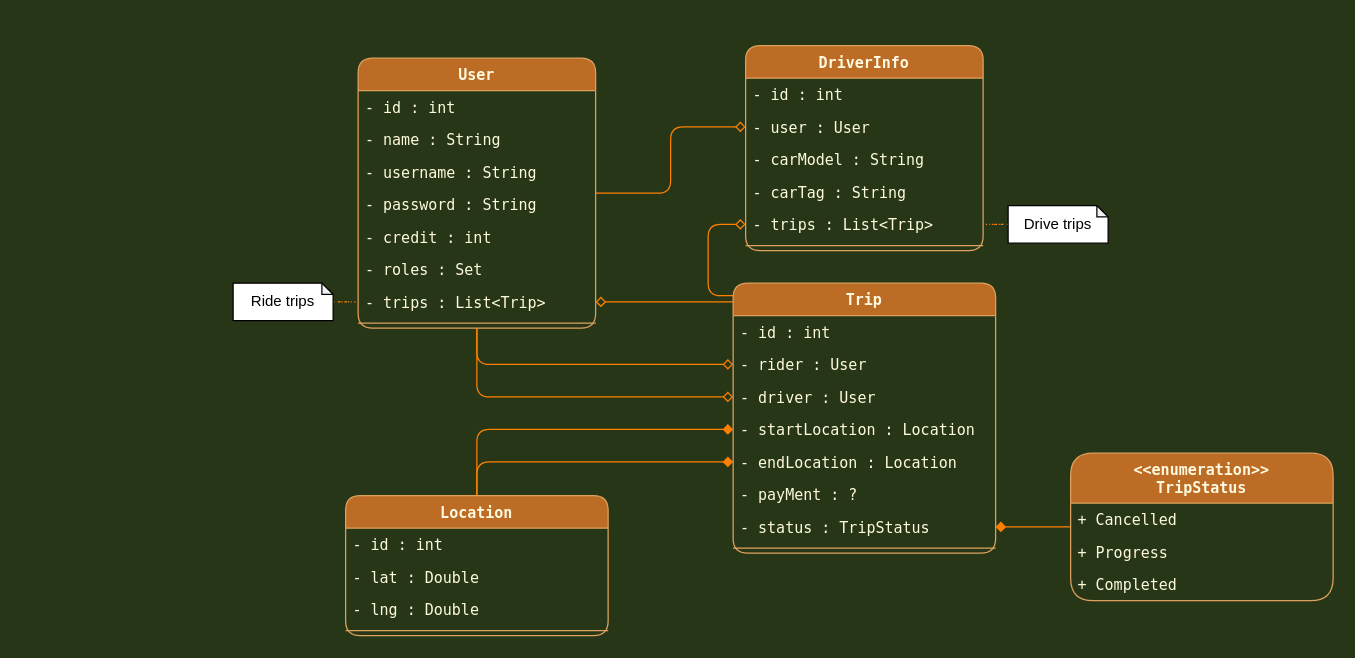
Earlier version of the draw.io diagram UML.drawio (mahdilotfi167/live-trip). Source tidied: cells renumbered, new cells numbered last; positions are measured from the earlier drawing's top-left corner, leaving out a move shared by most shapes. Both pictures are drawn from the tidied source at 125%, with x=0, y=0 at pixel (232, 45).
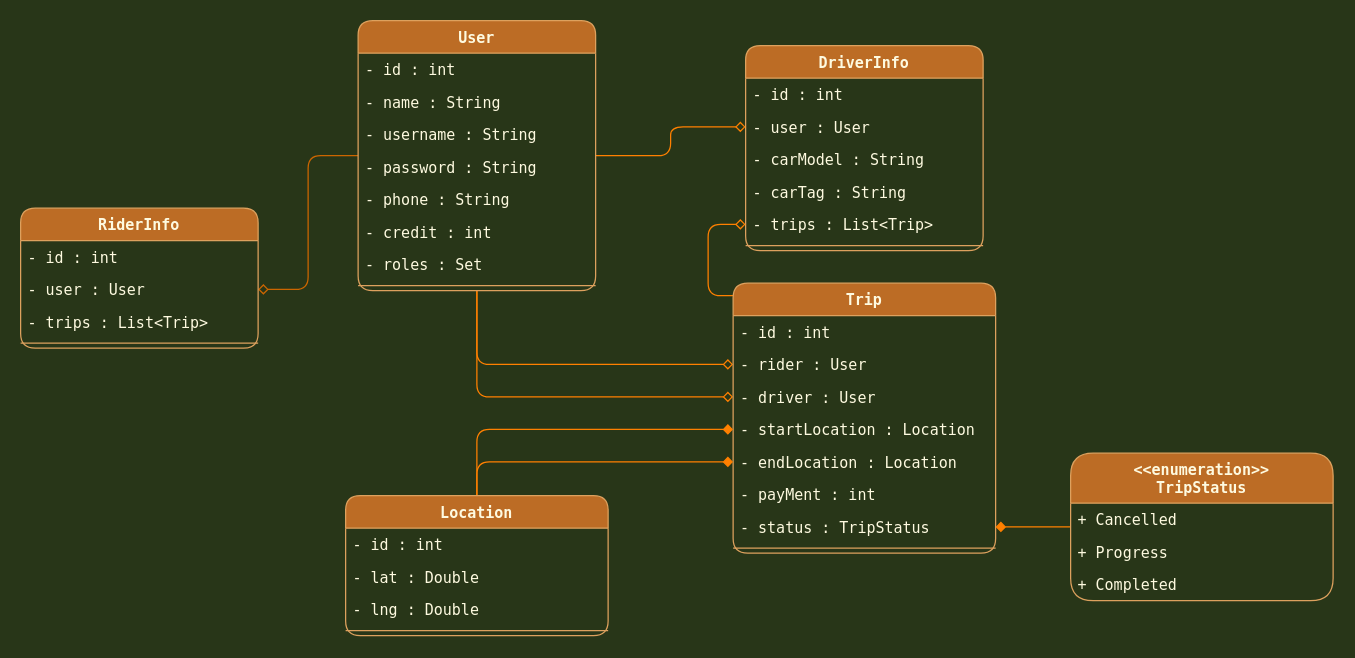
After the change.

The change refers to these unchanged cells:
```xml
<mxCell id="7" value="- trips : List&lt;Trip&gt;" style="text;strokeColor=none;fillColor=none;align=left;verticalAlign=top;spacingLeft=4;spacingRight=4;overflow=hidden;points=[[0,0.5],[1,0.5]];portConstraint=eastwest;fontColor=#FEFAE0;fontFamily=Lucida Console;rounded=1;" parent="2" vertex="1">
  <mxGeometry y="130" width="190" height="26" as="geometry" />
</mxCell>
<mxCell id="23" value="Trip" style="swimlane;fontStyle=1;align=center;verticalAlign=top;horizontal=1;startSize=26;fillColor=#BC6C25;strokeColor=#DDA15E;fontColor=#FEFAE0;fontFamily=Lucida Console;rounded=1;" parent="1" vertex="1">
  <mxGeometry x="400" y="190" width="210" height="216" as="geometry" />
</mxCell>
```

Change to the diagram source:
```diff
@@
+    <mxCell id="48" style="edgeStyle=orthogonalEdgeStyle;rounded=1;jettySize=auto;html=1;entryX=1;entryY=0.5;entryDx=0;entryDy=0;endArrow=diamond;endFill=0;strokeColor=#CC6600;" parent="1" edge="1" source="12" target="52">
+      <mxGeometry relative="1" as="geometry" />
+    </mxCell>
     <mxCell id="12" value="User" style="swimlane;fontStyle=1;align=center;verticalAlign=top;horizontal=1;startSize=26;fillColor=#BC6C25;strokeColor=#DDA15E;fontColor=#FEFAE0;fontFamily=Lucida Console;rounded=1;" parent="1" vertex="1">
-      <mxGeometry x="100" y="10" width="190" height="216" as="geometry" />
+      <mxGeometry x="100" y="-20" width="190" height="216" as="geometry" />
     </mxCell>
@@
+    <mxCell id="49" value="- phone : String" style="text;strokeColor=none;fillColor=none;align=left;verticalAlign=top;spacingLeft=4;spacingRight=4;overflow=hidden;fontColor=#FEFAE0;fontFamily=Lucida Console;rounded=1;" parent="12" vertex="1">
+      <mxGeometry y="130" width="190" height="26" as="geometry" />
+    </mxCell>
     <mxCell id="17" value="- credit : int" style="text;strokeColor=none;fillColor=none;align=left;verticalAlign=top;spacingLeft=4;spacingRight=4;overflow=hidden;fontColor=#FEFAE0;fontFamily=Lucida Console;rounded=1;" parent="12" vertex="1">
-      <mxGeometry y="130" width="190" height="26" as="geometry" />
+      <mxGeometry y="156" width="190" height="26" as="geometry" />
     </mxCell>
     <mxCell id="18" value="- roles : Set" style="text;strokeColor=none;fillColor=none;align=left;verticalAlign=top;spacingLeft=4;spacingRight=4;overflow=hidden;fontColor=#FEFAE0;fontFamily=Lucida Console;rounded=1;" parent="12" vertex="1">
-      <mxGeometry y="156" width="190" height="26" as="geometry" />
+      <mxGeometry y="182" width="190" height="26" as="geometry" />
     </mxCell>
-    <mxCell id="19" value="- trips : List&lt;Trip&gt;" style="text;strokeColor=none;fillColor=none;align=left;verticalAlign=top;spacingLeft=4;spacingRight=4;overflow=hidden;points=[[0,0.5],[1,0.5]];portConstraint=eastwest;fontColor=#FEFAE0;fontFamily=Lucida Console;rounded=1;" parent="12" vertex="1">
-      <mxGeometry y="182" width="190" height="26" as="geometry" />
-    </mxCell>
@@
-    <mxCell id="22" style="edgeStyle=orthogonalEdgeStyle;rounded=1;sketch=0;jettySize=auto;html=1;entryX=1;entryY=0.5;entryDx=0;entryDy=0;shadow=0;endArrow=diamond;endFill=0;strokeColor=#FF8000;" parent="1" edge="1" source="23" target="19">
-      <mxGeometry relative="1" as="geometry">
-        <Array as="points">
-          <mxPoint x="370" y="205" />
-          <mxPoint x="370" y="205" />
-        </Array>
-      </mxGeometry>
-    </mxCell>
@@
-    <mxCell id="29" value="- payMent : ?" style="text;strokeColor=none;fillColor=none;align=left;verticalAlign=top;spacingLeft=4;spacingRight=4;overflow=hidden;fontColor=#FEFAE0;fontFamily=Lucida Console;rounded=1;" parent="23" vertex="1">
+    <mxCell id="29" value="- payMent : int" style="text;strokeColor=none;fillColor=none;align=left;verticalAlign=top;spacingLeft=4;spacingRight=4;overflow=hidden;fontColor=#FEFAE0;fontFamily=Lucida Console;rounded=1;" parent="23" vertex="1">
       <mxGeometry y="156" width="210" height="26" as="geometry" />
     </mxCell>
@@
-    <mxCell id="44" style="edgeStyle=orthogonalEdgeStyle;rounded=1;sketch=0;jettySize=auto;html=1;entryX=0;entryY=0.5;entryDx=0;entryDy=0;shadow=0;endArrow=none;endFill=0;strokeColor=#FF8000;dashed=1;dashPattern=1 4;" parent="1" edge="1" source="45" target="19">
-      <mxGeometry relative="1" as="geometry" />
-    </mxCell>
-    <mxCell id="45" value="Ride trips" style="shape=note;whiteSpace=wrap;html=1;backgroundOutline=1;darkOpacity=0.05;rounded=1;size=9;" parent="1" vertex="1">
-      <mxGeometry y="190" width="80" height="30" as="geometry" />
-    </mxCell>
-    <mxCell id="46" style="edgeStyle=orthogonalEdgeStyle;rounded=1;sketch=0;jettySize=auto;html=1;entryX=1;entryY=0.5;entryDx=0;entryDy=0;shadow=0;dashed=1;dashPattern=1 4;endArrow=none;endFill=0;strokeColor=#FF8000;" parent="1" edge="1" source="47" target="7">
-      <mxGeometry relative="1" as="geometry" />
-    </mxCell>
-    <mxCell id="47" value="Drive trips" style="shape=note;whiteSpace=wrap;html=1;backgroundOutline=1;darkOpacity=0.05;rounded=1;size=9;" parent="1" vertex="1">
-      <mxGeometry x="620" y="128" width="80" height="30" as="geometry" />
-    </mxCell>
+    <mxCell id="50" value="RiderInfo" style="swimlane;fontStyle=1;align=center;verticalAlign=top;horizontal=1;startSize=26;fillColor=#BC6C25;strokeColor=#DDA15E;fontColor=#FEFAE0;fontFamily=Lucida Console;rounded=1;" parent="1" vertex="1">
+      <mxGeometry x="-170" y="130" width="190" height="112" as="geometry" />
+    </mxCell>
+    <mxCell id="51" value="- id : int" style="text;strokeColor=none;fillColor=none;align=left;verticalAlign=top;spacingLeft=4;spacingRight=4;overflow=hidden;fontColor=#FEFAE0;fontFamily=Lucida Console;rounded=1;" parent="50" vertex="1">
+      <mxGeometry y="26" width="190" height="26" as="geometry" />
+    </mxCell>
+    <mxCell id="52" value="- user : User" style="text;strokeColor=none;fillColor=none;align=left;verticalAlign=top;spacingLeft=4;spacingRight=4;overflow=hidden;points=[[0,0.5],[1,0.5]];portConstraint=eastwest;fontColor=#FEFAE0;fontFamily=Lucida Console;rounded=1;" parent="50" vertex="1">
+      <mxGeometry y="52" width="190" height="26" as="geometry" />
+    </mxCell>
+    <mxCell id="19" value="- trips : List&lt;Trip&gt;" style="text;strokeColor=none;fillColor=none;align=left;verticalAlign=top;spacingLeft=4;spacingRight=4;overflow=hidden;points=[[0,0.5],[1,0.5]];portConstraint=eastwest;fontColor=#FEFAE0;fontFamily=Lucida Console;rounded=1;" parent="50" vertex="1">
+      <mxGeometry y="78" width="190" height="26" as="geometry" />
+    </mxCell>
+    <mxCell id="53" style="line;strokeWidth=1;fillColor=none;align=left;verticalAlign=middle;spacingTop=-1;spacingLeft=3;spacingRight=3;labelPosition=right;strokeColor=#DDA15E;fontColor=#FEFAE0;labelBackgroundColor=#283618;fontFamily=Lucida Console;rounded=1;" parent="50" vertex="1">
+      <mxGeometry y="104" width="190" height="8" as="geometry" />
+    </mxCell>
```
